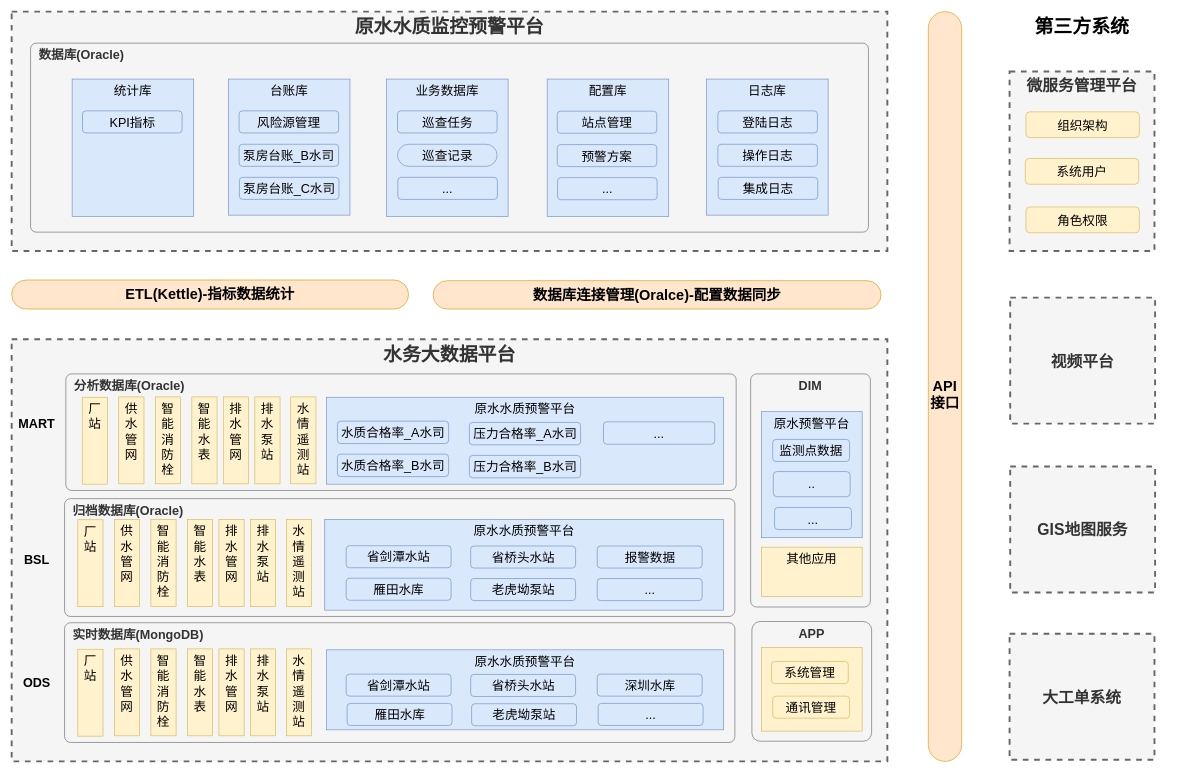
Earlier version of the draw.io diagram page "原水-数据架构" (2 of 2) of 二供数据架构.drawio (lpeng589/draw). Source tidied: cells renumbered, new cells numbered last; positions are measured from the earlier drawing's top-left corner, leaving out a move shared by most shapes. Both pictures are drawn from the tidied source at 63%, with x=0, y=0 at pixel (11, 11).
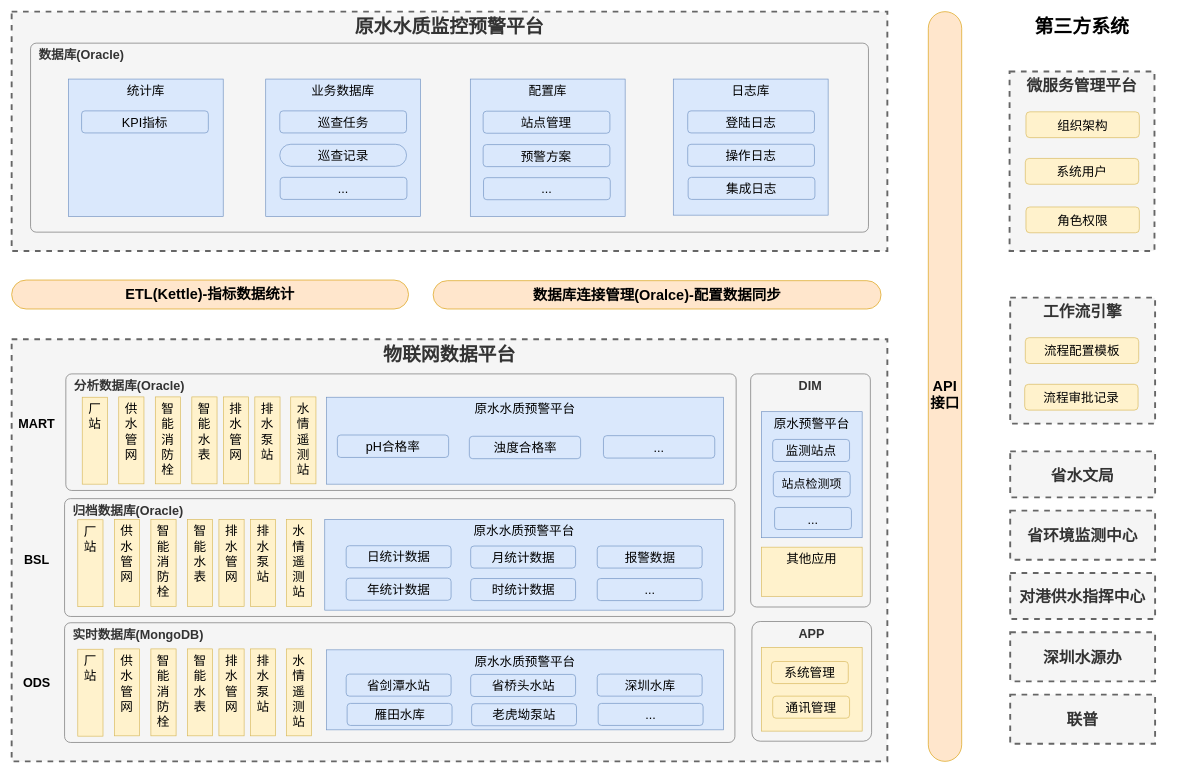
The same diagram, later.

Commit message (it also covers changes not shown here):
Update 二供数据架构.drawio

The edit, as a diff of the source:
```diff
@@
-    <mxCell id="2" value="水务大数据平台" style="rounded=0;whiteSpace=wrap;html=1;align=center;verticalAlign=top;fontStyle=1;fontSize=30;dashed=1;strokeColor=#666666;strokeWidth=3;fontColor=#333333;fillColor=#f5f5f5;" parent="1" vertex="1">
+    <mxCell id="2" value="物联网数据平台" style="rounded=0;whiteSpace=wrap;html=1;align=center;verticalAlign=top;fontStyle=1;fontSize=30;dashed=1;strokeColor=#666666;strokeWidth=3;fontColor=#333333;fillColor=#f5f5f5;" parent="1" vertex="1">
       <mxGeometry y="520" width="1390" height="670" as="geometry" />
     </mxCell>
@@
-    <mxCell id="44" value="视频平台" style="rounded=0;whiteSpace=wrap;html=1;align=center;verticalAlign=middle;fontStyle=1;fontSize=25;dashed=1;strokeWidth=3;fillColor=#f5f5f5;strokeColor=#666666;fontColor=#333333;" parent="1" vertex="1">
+    <mxCell id="44" value="工作流引擎" style="rounded=0;whiteSpace=wrap;html=1;align=center;verticalAlign=top;fontStyle=1;fontSize=25;dashed=1;strokeWidth=3;fillColor=#f5f5f5;strokeColor=#666666;fontColor=#333333;" parent="1" vertex="1">
       <mxGeometry x="1585" y="454" width="230" height="200" as="geometry" />
     </mxCell>
-    <mxCell id="45" value="GIS地图服务" style="rounded=0;whiteSpace=wrap;html=1;align=center;verticalAlign=middle;fontStyle=1;fontSize=25;dashed=1;strokeWidth=3;fillColor=#f5f5f5;strokeColor=#666666;fontColor=#333333;" parent="1" vertex="1">
-      <mxGeometry x="1585" y="722" width="230" height="200" as="geometry" />
+    <mxCell id="45" value="省水文局" style="rounded=0;whiteSpace=wrap;html=1;align=center;verticalAlign=middle;fontStyle=1;fontSize=25;dashed=1;strokeWidth=3;fillColor=#f5f5f5;strokeColor=#666666;fontColor=#333333;" parent="1" vertex="1">
+      <mxGeometry x="1585" y="698" width="230" height="73" as="geometry" />
     </mxCell>
-    <mxCell id="46" value="大工单系统" style="rounded=0;whiteSpace=wrap;html=1;align=center;verticalAlign=middle;fontStyle=1;fontSize=25;dashed=1;strokeWidth=3;fillColor=#f5f5f5;strokeColor=#666666;fontColor=#333333;" parent="1" vertex="1">
-      <mxGeometry x="1584" y="987.5" width="230" height="200" as="geometry" />
+    <mxCell id="46" value="省环境监测中心" style="rounded=0;whiteSpace=wrap;html=1;align=center;verticalAlign=middle;fontStyle=1;fontSize=25;dashed=1;strokeWidth=3;fillColor=#f5f5f5;strokeColor=#666666;fontColor=#333333;" parent="1" vertex="1">
+      <mxGeometry x="1585" y="792" width="230" height="78" as="geometry" />
     </mxCell>
@@
-    <mxCell id="51" value="台账库" style="rounded=0;whiteSpace=wrap;html=1;align=center;verticalAlign=top;fontSize=20;fontStyle=0;arcSize=0;fillColor=#dae8fc;strokeColor=#6c8ebf;" parent="1" vertex="1">
-      <mxGeometry x="344" y="107" width="193" height="216" as="geometry" />
-    </mxCell>
-    <mxCell id="52" value="业务数据库" style="rounded=0;whiteSpace=wrap;html=1;align=center;verticalAlign=top;fontSize=20;fontStyle=0;arcSize=0;fillColor=#dae8fc;strokeColor=#6c8ebf;" parent="1" vertex="1">
-      <mxGeometry x="595" y="107" width="193" height="218" as="geometry" />
-    </mxCell>
-    <mxCell id="53" value="配置库" style="rounded=0;whiteSpace=wrap;html=1;align=center;verticalAlign=top;fontSize=20;fontStyle=0;fillColor=#dae8fc;strokeColor=#6c8ebf;" parent="1" vertex="1">
-      <mxGeometry x="850" y="107" width="193" height="218" as="geometry" />
-    </mxCell>
-    <mxCell id="54" value="统计库" style="rounded=0;whiteSpace=wrap;html=1;align=center;verticalAlign=top;fontSize=20;fontStyle=0;arcSize=0;fillColor=#dae8fc;strokeColor=#6c8ebf;" parent="1" vertex="1">
-      <mxGeometry x="96" y="107" width="193" height="218" as="geometry" />
-    </mxCell>
-    <mxCell id="55" value="日志库" style="rounded=0;whiteSpace=wrap;html=1;align=center;verticalAlign=top;fontSize=20;fontStyle=0;fillColor=#dae8fc;strokeColor=#6c8ebf;" parent="1" vertex="1">
-      <mxGeometry x="1103" y="107" width="193" height="216" as="geometry" />
-    </mxCell>
-    <mxCell id="56" value="KPI指标" style="rounded=1;whiteSpace=wrap;html=1;fontSize=20;strokeColor=#6c8ebf;fillColor=#dae8fc;" parent="1" vertex="1">
-      <mxGeometry x="112.5" y="157.5" width="158" height="35" as="geometry" />
-    </mxCell>
-    <mxCell id="57" value="风险源管理" style="rounded=1;whiteSpace=wrap;html=1;fontSize=20;strokeColor=#6c8ebf;fillColor=#dae8fc;" parent="1" vertex="1">
-      <mxGeometry x="361" y="157.5" width="158" height="35" as="geometry" />
-    </mxCell>
-    <mxCell id="58" value="泵房台账_B水司" style="rounded=1;whiteSpace=wrap;html=1;fontSize=20;strokeColor=#6c8ebf;fillColor=#dae8fc;" parent="1" vertex="1">
-      <mxGeometry x="361" y="210.5" width="158" height="35" as="geometry" />
-    </mxCell>
-    <mxCell id="59" value="泵房台账_C水司" style="rounded=1;whiteSpace=wrap;html=1;fontSize=20;strokeColor=#6c8ebf;fillColor=#dae8fc;" parent="1" vertex="1">
-      <mxGeometry x="361.5" y="263" width="158" height="35" as="geometry" />
-    </mxCell>
-    <mxCell id="60" value="巡查任务" style="rounded=1;whiteSpace=wrap;html=1;fontSize=20;strokeColor=#6c8ebf;fillColor=#dae8fc;" parent="1" vertex="1">
-      <mxGeometry x="612.5" y="157.5" width="158" height="35" as="geometry" />
-    </mxCell>
-    <mxCell id="61" value="巡查记录" style="rounded=1;whiteSpace=wrap;html=1;fontSize=20;strokeColor=#6c8ebf;fillColor=#dae8fc;arcSize=50;" parent="1" vertex="1">
-      <mxGeometry x="612.5" y="210.5" width="158" height="35" as="geometry" />
-    </mxCell>
-    <mxCell id="62" value="..." style="rounded=1;whiteSpace=wrap;html=1;fontSize=20;strokeColor=#6c8ebf;fillColor=#dae8fc;" parent="1" vertex="1">
-      <mxGeometry x="613" y="263" width="158" height="35" as="geometry" />
-    </mxCell>
-    <mxCell id="63" value="站点管理" style="rounded=1;whiteSpace=wrap;html=1;fontSize=20;strokeColor=#6c8ebf;fillColor=#dae8fc;" parent="1" vertex="1">
-      <mxGeometry x="866" y="158" width="158" height="35" as="geometry" />
-    </mxCell>
-    <mxCell id="64" value="预警方案" style="rounded=1;whiteSpace=wrap;html=1;fontSize=20;strokeColor=#6c8ebf;fillColor=#dae8fc;" parent="1" vertex="1">
-      <mxGeometry x="866" y="211" width="158" height="35" as="geometry" />
-    </mxCell>
-    <mxCell id="65" value="..." style="rounded=1;whiteSpace=wrap;html=1;fontSize=20;strokeColor=#6c8ebf;fillColor=#dae8fc;" parent="1" vertex="1">
-      <mxGeometry x="866.5" y="263.5" width="158" height="35" as="geometry" />
-    </mxCell>
-    <mxCell id="66" value="登陆日志" style="rounded=1;whiteSpace=wrap;html=1;fontSize=20;strokeColor=#6c8ebf;fillColor=#dae8fc;" parent="1" vertex="1">
-      <mxGeometry x="1121" y="157.5" width="158" height="35" as="geometry" />
-    </mxCell>
-    <mxCell id="67" value="操作日志" style="rounded=1;whiteSpace=wrap;html=1;fontSize=20;strokeColor=#6c8ebf;fillColor=#dae8fc;" parent="1" vertex="1">
-      <mxGeometry x="1121" y="210.5" width="158" height="35" as="geometry" />
-    </mxCell>
-    <mxCell id="68" value="集成日志" style="rounded=1;whiteSpace=wrap;html=1;fontSize=20;strokeColor=#6c8ebf;fillColor=#dae8fc;" parent="1" vertex="1">
-      <mxGeometry x="1121.5" y="263" width="158" height="35" as="geometry" />
-    </mxCell>
-    <mxCell id="69" value="省剑潭水站" style="rounded=1;whiteSpace=wrap;html=1;fontSize=20;strokeColor=#6c8ebf;fillColor=#dae8fc;" parent="1" vertex="1">
+    <mxCell id="69" value="日统计数据" style="rounded=1;whiteSpace=wrap;html=1;fontSize=20;strokeColor=#6c8ebf;fillColor=#dae8fc;" parent="1" vertex="1">
       <mxGeometry x="531" y="847.7" width="166.5" height="35" as="geometry" />
     </mxCell>
-    <mxCell id="70" value="雁田水库" style="rounded=1;whiteSpace=wrap;html=1;fontSize=20;strokeColor=#6c8ebf;fillColor=#dae8fc;" parent="1" vertex="1">
+    <mxCell id="70" value="年统计数据" style="rounded=1;whiteSpace=wrap;html=1;fontSize=20;strokeColor=#6c8ebf;fillColor=#dae8fc;" parent="1" vertex="1">
       <mxGeometry x="531" y="899.3" width="166.5" height="35" as="geometry" />
     </mxCell>
-    <mxCell id="71" value="省桥头水站" style="rounded=1;whiteSpace=wrap;html=1;fontSize=20;strokeColor=#6c8ebf;fillColor=#dae8fc;" parent="1" vertex="1">
+    <mxCell id="71" value="月统计数据" style="rounded=1;whiteSpace=wrap;html=1;fontSize=20;strokeColor=#6c8ebf;fillColor=#dae8fc;" parent="1" vertex="1">
       <mxGeometry x="728.6" y="848.2" width="166.5" height="35" as="geometry" />
     </mxCell>
-    <mxCell id="72" value="老虎坳泵站" style="rounded=1;whiteSpace=wrap;html=1;fontSize=20;strokeColor=#6c8ebf;fillColor=#dae8fc;" parent="1" vertex="1">
+    <mxCell id="72" value="时统计数据" style="rounded=1;whiteSpace=wrap;html=1;fontSize=20;strokeColor=#6c8ebf;fillColor=#dae8fc;" parent="1" vertex="1">
       <mxGeometry x="728.6" y="899.8" width="166.5" height="35" as="geometry" />
     </mxCell>
@@
-    <mxCell id="78" value="监测点数据" style="rounded=1;whiteSpace=wrap;html=1;fontSize=20;strokeColor=#6c8ebf;fillColor=#dae8fc;" parent="1" vertex="1">
+    <mxCell id="78" value="监测站点" style="rounded=1;whiteSpace=wrap;html=1;fontSize=20;strokeColor=#6c8ebf;fillColor=#dae8fc;" parent="1" vertex="1">
       <mxGeometry x="1208" y="679" width="122" height="35" as="geometry" />
     </mxCell>
-    <mxCell id="79" value=".." style="rounded=1;whiteSpace=wrap;html=1;fontSize=19;strokeColor=#6c8ebf;fillColor=#dae8fc;" parent="1" vertex="1">
+    <mxCell id="79" value="站点检测项" style="rounded=1;whiteSpace=wrap;html=1;fontSize=19;strokeColor=#6c8ebf;fillColor=#dae8fc;" parent="1" vertex="1">
       <mxGeometry x="1209" y="730" width="122" height="40" as="geometry" />
     </mxCell>
@@
-    <mxCell id="83" value="水质合格率_A水司" style="rounded=1;whiteSpace=wrap;html=1;fontSize=20;strokeColor=#6c8ebf;fillColor=#dae8fc;" parent="1" vertex="1">
-      <mxGeometry x="517" y="650" width="176.6" height="35.6" as="geometry" />
+    <mxCell id="83" value="pH合格率" style="rounded=1;whiteSpace=wrap;html=1;fontSize=20;strokeColor=#6c8ebf;fillColor=#dae8fc;" parent="1" vertex="1">
+      <mxGeometry x="517" y="672" width="176.6" height="35.6" as="geometry" />
     </mxCell>
-    <mxCell id="84" value="水质合格率_B水司" style="rounded=1;whiteSpace=wrap;html=1;fontSize=20;strokeColor=#6c8ebf;fillColor=#dae8fc;" parent="1" vertex="1">
-      <mxGeometry x="517" y="702.4" width="176.6" height="35.6" as="geometry" />
-    </mxCell>
-    <mxCell id="85" value="压力合格率_A水司" style="rounded=1;whiteSpace=wrap;html=1;fontSize=20;strokeColor=#6c8ebf;fillColor=#dae8fc;" parent="1" vertex="1">
-      <mxGeometry x="726.5" y="652" width="176.6" height="35.6" as="geometry" />
+    <mxCell id="85" value="浊度合格率" style="rounded=1;whiteSpace=wrap;html=1;fontSize=20;strokeColor=#6c8ebf;fillColor=#dae8fc;" parent="1" vertex="1">
+      <mxGeometry x="726.5" y="674" width="176.6" height="35.6" as="geometry" />
     </mxCell>
-    <mxCell id="86" value="压力合格率_B水司" style="rounded=1;whiteSpace=wrap;html=1;fontSize=20;strokeColor=#6c8ebf;fillColor=#dae8fc;" parent="1" vertex="1">
-      <mxGeometry x="726.5" y="704.4" width="176.6" height="35.6" as="geometry" />
-    </mxCell>
     <mxCell id="87" value="..." style="rounded=1;whiteSpace=wrap;html=1;fontSize=20;strokeColor=#6c8ebf;fillColor=#dae8fc;" parent="1" vertex="1">
-      <mxGeometry x="939.4" y="651" width="176.6" height="35.6" as="geometry" />
+      <mxGeometry x="939.4" y="673" width="176.6" height="35.6" as="geometry" />
     </mxCell>
@@
+    <mxCell id="91" value="流程配置模板" style="rounded=1;whiteSpace=wrap;html=1;fontSize=20;fontStyle=0;fillColor=#fff2cc;strokeColor=#d6b656;" parent="1" vertex="1">
+      <mxGeometry x="1609" y="517.5" width="180" height="41" as="geometry" />
+    </mxCell>
+    <mxCell id="92" value="流程审批记录" style="rounded=1;whiteSpace=wrap;html=1;fontSize=20;fontStyle=0;fillColor=#fff2cc;strokeColor=#d6b656;" parent="1" vertex="1">
+      <mxGeometry x="1608" y="591.5" width="180" height="41" as="geometry" />
+    </mxCell>
+    <mxCell id="93" value="对港供水指挥中心" style="rounded=0;whiteSpace=wrap;html=1;align=center;verticalAlign=middle;fontStyle=1;fontSize=25;dashed=1;strokeWidth=3;fillColor=#f5f5f5;strokeColor=#666666;fontColor=#333333;" parent="1" vertex="1">
+      <mxGeometry x="1585" y="891" width="230" height="73" as="geometry" />
+    </mxCell>
+    <mxCell id="94" value="深圳水源办" style="rounded=0;whiteSpace=wrap;html=1;align=center;verticalAlign=middle;fontStyle=1;fontSize=25;dashed=1;strokeWidth=3;fillColor=#f5f5f5;strokeColor=#666666;fontColor=#333333;" parent="1" vertex="1">
+      <mxGeometry x="1585" y="985" width="230" height="78" as="geometry" />
+    </mxCell>
+    <mxCell id="95" value="联普" style="rounded=0;whiteSpace=wrap;html=1;align=center;verticalAlign=middle;fontStyle=1;fontSize=25;dashed=1;strokeWidth=3;fillColor=#f5f5f5;strokeColor=#666666;fontColor=#333333;" parent="1" vertex="1">
+      <mxGeometry x="1585" y="1084" width="230" height="78" as="geometry" />
+    </mxCell>
+    <mxCell id="96" style="group;" parent="1" vertex="1">
+      <mxGeometry x="90" y="107" width="1206" height="218" as="geometry" />
+    </mxCell>
+    <mxCell id="52" value="业务数据库" style="rounded=0;whiteSpace=wrap;html=1;align=center;verticalAlign=top;fontSize=20;fontStyle=0;arcSize=0;fillColor=#dae8fc;strokeColor=#6c8ebf;" parent="96" vertex="1">
+      <mxGeometry x="313.3" width="245.8" height="218" as="geometry" />
+    </mxCell>
+    <mxCell id="53" value="配置库" style="rounded=0;whiteSpace=wrap;html=1;align=center;verticalAlign=top;fontSize=20;fontStyle=0;fillColor=#dae8fc;strokeColor=#6c8ebf;" parent="96" vertex="1">
+      <mxGeometry x="638" width="245.8" height="218" as="geometry" />
+    </mxCell>
+    <mxCell id="54" value="统计库" style="rounded=0;whiteSpace=wrap;html=1;align=center;verticalAlign=top;fontSize=20;fontStyle=0;arcSize=0;fillColor=#dae8fc;strokeColor=#6c8ebf;" parent="96" vertex="1">
+      <mxGeometry width="245.8" height="218" as="geometry" />
+    </mxCell>
+    <mxCell id="55" value="日志库" style="rounded=0;whiteSpace=wrap;html=1;align=center;verticalAlign=top;fontSize=20;fontStyle=0;fillColor=#dae8fc;strokeColor=#6c8ebf;" parent="96" vertex="1">
+      <mxGeometry x="960.2" width="245.8" height="216" as="geometry" />
+    </mxCell>
+    <mxCell id="56" value="KPI指标" style="rounded=1;whiteSpace=wrap;html=1;fontSize=20;strokeColor=#6c8ebf;fillColor=#dae8fc;" parent="96" vertex="1">
+      <mxGeometry x="21" y="50.5" width="201.2" height="35" as="geometry" />
+    </mxCell>
+    <mxCell id="60" value="巡查任务" style="rounded=1;whiteSpace=wrap;html=1;fontSize=20;strokeColor=#6c8ebf;fillColor=#dae8fc;" parent="96" vertex="1">
+      <mxGeometry x="335.6" y="50.5" width="201.2" height="35" as="geometry" />
+    </mxCell>
+    <mxCell id="61" value="巡查记录" style="rounded=1;whiteSpace=wrap;html=1;fontSize=20;strokeColor=#6c8ebf;fillColor=#dae8fc;arcSize=50;" parent="96" vertex="1">
+      <mxGeometry x="335.6" y="103.5" width="201.2" height="35" as="geometry" />
+    </mxCell>
+    <mxCell id="62" value="..." style="rounded=1;whiteSpace=wrap;html=1;fontSize=20;strokeColor=#6c8ebf;fillColor=#dae8fc;" parent="96" vertex="1">
+      <mxGeometry x="336.2" y="156" width="201.2" height="35" as="geometry" />
+    </mxCell>
+    <mxCell id="63" value="站点管理" style="rounded=1;whiteSpace=wrap;html=1;fontSize=20;strokeColor=#6c8ebf;fillColor=#dae8fc;" parent="96" vertex="1">
+      <mxGeometry x="658.4" y="51" width="201.2" height="35" as="geometry" />
+    </mxCell>
+    <mxCell id="64" value="预警方案" style="rounded=1;whiteSpace=wrap;html=1;fontSize=20;strokeColor=#6c8ebf;fillColor=#dae8fc;" parent="96" vertex="1">
+      <mxGeometry x="658.4" y="104" width="201.2" height="35" as="geometry" />
+    </mxCell>
+    <mxCell id="65" value="..." style="rounded=1;whiteSpace=wrap;html=1;fontSize=20;strokeColor=#6c8ebf;fillColor=#dae8fc;" parent="96" vertex="1">
+      <mxGeometry x="659" y="156.5" width="201.2" height="35" as="geometry" />
+    </mxCell>
+    <mxCell id="66" value="登陆日志" style="rounded=1;whiteSpace=wrap;html=1;fontSize=20;strokeColor=#6c8ebf;fillColor=#dae8fc;" parent="96" vertex="1">
+      <mxGeometry x="983.1" y="50.5" width="201.2" height="35" as="geometry" />
+    </mxCell>
+    <mxCell id="67" value="操作日志" style="rounded=1;whiteSpace=wrap;html=1;fontSize=20;strokeColor=#6c8ebf;fillColor=#dae8fc;" parent="96" vertex="1">
+      <mxGeometry x="983.1" y="103.5" width="201.2" height="35" as="geometry" />
+    </mxCell>
+    <mxCell id="68" value="集成日志" style="rounded=1;whiteSpace=wrap;html=1;fontSize=20;strokeColor=#6c8ebf;fillColor=#dae8fc;" parent="96" vertex="1">
+      <mxGeometry x="983.8" y="156" width="201.2" height="35" as="geometry" />
+    </mxCell>
```
